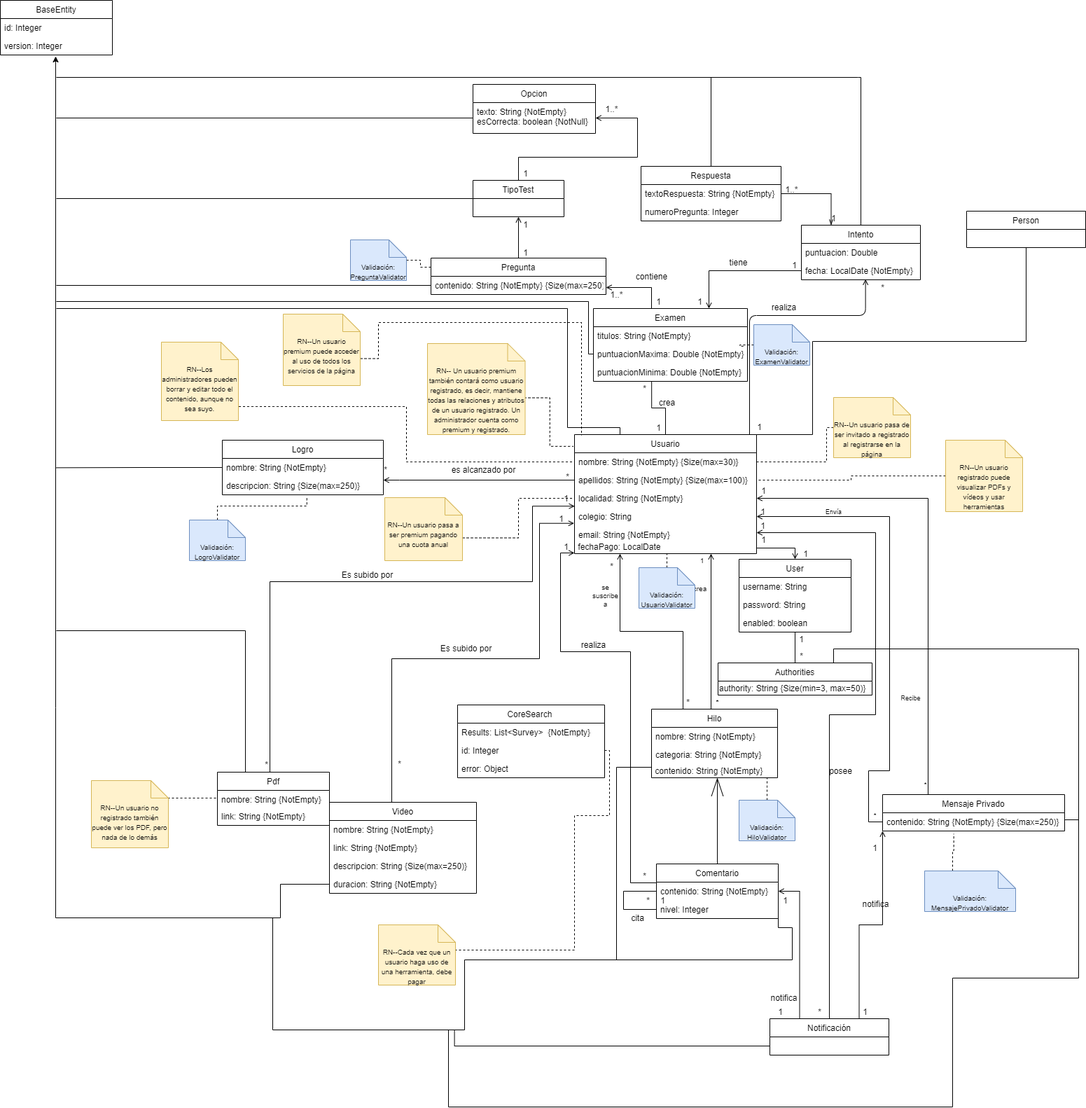
This is Diagrama de dominio.png from gii-is-DP1/dp1-2020-g2-13, a draw.io export, as it was before one commit. Source tidied: cells renumbered, new cells last; positions are measured from the earlier drawing's top-left corner, leaving out a move shared by most shapes.
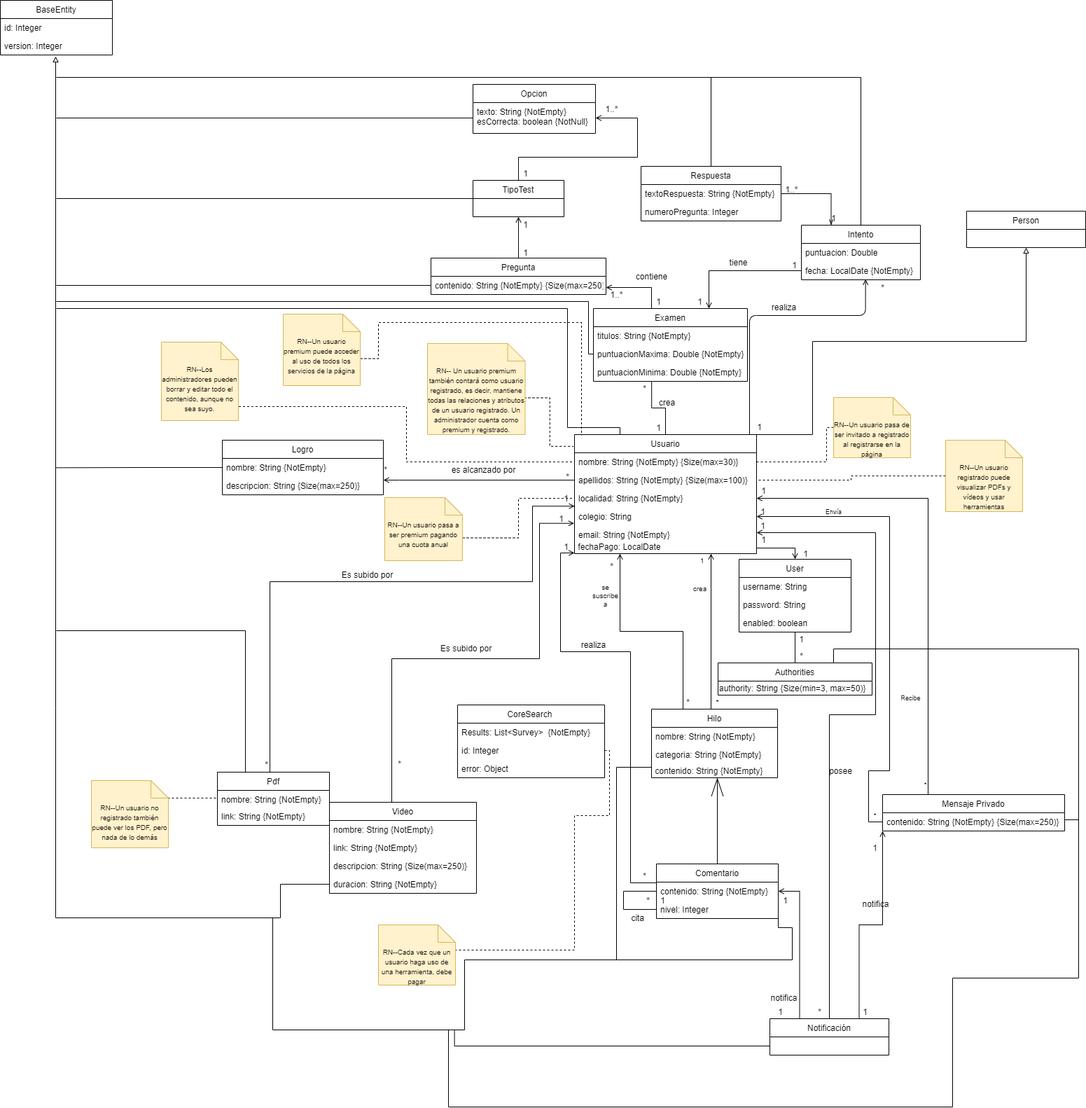
After the commit.

Commit message:
Diagrama de dominio

Diff of the diagram source:
```diff
@@ -16,7 +16,7 @@
         </Array>
       </mxGeometry>
     </mxCell>
-    <mxCell id="4" style="edgeStyle=orthogonalEdgeStyle;rounded=0;jettySize=auto;html=1;exitX=1;exitY=0;exitDx=0;exitDy=0;entryX=0.5;entryY=1;entryDx=0;entryDy=0;startArrow=none;startFill=0;endArrow=none;endFill=0;strokeColor=#000000;" parent="1" edge="1" source="5" target="165">
+    <mxCell id="4" style="edgeStyle=orthogonalEdgeStyle;rounded=0;jettySize=auto;html=1;exitX=1;exitY=0;exitDx=0;exitDy=0;entryX=0.5;entryY=1;entryDx=0;entryDy=0;startArrow=none;startFill=0;endArrow=block;endFill=0;strokeColor=#000000;" parent="1" edge="1" source="5" target="165">
       <mxGeometry relative="1" as="geometry">
         <Array as="points">
           <mxPoint x="1160" y="620" />
@@ -546,7 +546,7 @@
     <mxCell id="141" value="version: Integer" style="text;strokeColor=none;fillColor=none;align=left;verticalAlign=top;spacingLeft=4;spacingRight=4;overflow=hidden;" parent="139" vertex="1">
       <mxGeometry y="52" width="160" height="26" as="geometry" />
     </mxCell>
-    <mxCell id="142" style="endArrow=classic;html=1;rounded=0;exitX=0;exitY=0.5;exitDx=0;exitDy=0;" parent="1" edge="1" source="21">
+    <mxCell id="142" style="endArrow=block;html=1;rounded=0;exitX=0;exitY=0.5;exitDx=0;exitDy=0;endFill=0;" parent="1" edge="1" source="21">
       <mxGeometry relative="1" as="geometry">
         <mxPoint x="79" y="80" as="targetPoint" />
         <Array as="points">
@@ -692,51 +692,5 @@
     <mxCell id="170" value="realiza" style="text;html=1;align=center;verticalAlign=middle;" parent="1" vertex="1">
       <mxGeometry x="1094" y="428" width="50" height="20" as="geometry" />
     </mxCell>
-    <mxCell id="171" style="edgeStyle=orthogonalEdgeStyle;rounded=0;jettySize=auto;html=1;entryX=0.986;entryY=0.07;entryDx=0;entryDy=0;entryPerimeter=0;endArrow=none;endFill=0;dashed=1;" parent="1" edge="1" source="172" target="37">
-      <mxGeometry relative="1" as="geometry" />
-    </mxCell>
-    <mxCell id="172" value="&lt;span style=&quot;font-size: 10px&quot;&gt;Validación: ExamenValidator&lt;br&gt;&lt;br&gt;&lt;/span&gt;" style="shape=note2;boundedLbl=1;whiteSpace=wrap;html=1;size=25;verticalAlign=top;align=center;fillColor=#dae8fc;strokeColor=#6c8ebf;" parent="1" vertex="1">
-      <mxGeometry x="1076" y="463" width="80" height="58" as="geometry" />
-    </mxCell>
-    <mxCell id="173" style="edgeStyle=orthogonalEdgeStyle;rounded=0;jettySize=auto;html=1;entryX=0;entryY=0.25;entryDx=0;entryDy=0;dashed=1;endArrow=none;endFill=0;" parent="1" edge="1" source="174" target="23">
-      <mxGeometry relative="1" as="geometry" />
-    </mxCell>
-    <mxCell id="174" value="&lt;span style=&quot;font-size: 10px&quot;&gt;Validación: PreguntaValidator&lt;br&gt;&lt;br&gt;&lt;/span&gt;" style="shape=note2;boundedLbl=1;whiteSpace=wrap;html=1;size=25;verticalAlign=top;align=center;fillColor=#dae8fc;strokeColor=#6c8ebf;" parent="1" vertex="1">
-      <mxGeometry x="500" y="342" width="80" height="58" as="geometry" />
-    </mxCell>
-    <mxCell id="175" style="edgeStyle=orthogonalEdgeStyle;rounded=0;jettySize=auto;html=1;entryX=0.525;entryY=1.063;entryDx=0;entryDy=0;entryPerimeter=0;dashed=1;endArrow=none;endFill=0;" parent="1" edge="1" source="176" target="49">
-      <mxGeometry relative="1" as="geometry">
-        <Array as="points">
-          <mxPoint x="310" y="722" />
-          <mxPoint x="438" y="722" />
-        </Array>
-      </mxGeometry>
-    </mxCell>
-    <mxCell id="176" value="&lt;span style=&quot;font-size: 10px&quot;&gt;Validación: LogroValidator&lt;br&gt;&lt;br&gt;&lt;/span&gt;" style="shape=note2;boundedLbl=1;whiteSpace=wrap;html=1;size=25;verticalAlign=top;align=center;fillColor=#dae8fc;strokeColor=#6c8ebf;" parent="1" vertex="1">
-      <mxGeometry x="270" y="742" width="80" height="58" as="geometry" />
-    </mxCell>
-    <mxCell id="177" style="edgeStyle=orthogonalEdgeStyle;rounded=0;jettySize=auto;html=1;entryX=0.5;entryY=1;entryDx=0;entryDy=0;dashed=1;endArrow=none;endFill=0;" parent="1" edge="1" source="178" target="11">
-      <mxGeometry relative="1" as="geometry" />
-    </mxCell>
-    <mxCell id="178" value="&lt;span style=&quot;font-size: 10px&quot;&gt;Validación: UsuarioValidator&lt;br&gt;&lt;br&gt;&lt;/span&gt;" style="shape=note2;boundedLbl=1;whiteSpace=wrap;html=1;size=25;verticalAlign=top;align=center;fillColor=#dae8fc;strokeColor=#6c8ebf;" parent="1" vertex="1">
-      <mxGeometry x="912" y="810" width="80" height="58" as="geometry" />
-    </mxCell>
-    <mxCell id="179" style="edgeStyle=orthogonalEdgeStyle;rounded=0;jettySize=auto;html=1;entryX=0.917;entryY=1;entryDx=0;entryDy=0;entryPerimeter=0;dashed=1;endArrow=none;endFill=0;" parent="1" edge="1" source="180" target="30">
-      <mxGeometry relative="1" as="geometry" />
-    </mxCell>
-    <mxCell id="180" value="&lt;span style=&quot;font-size: 10px&quot;&gt;Validación: HiloValidator&lt;br&gt;&lt;br&gt;&lt;/span&gt;" style="shape=note2;boundedLbl=1;whiteSpace=wrap;html=1;size=25;verticalAlign=top;align=center;fillColor=#dae8fc;strokeColor=#6c8ebf;" parent="1" vertex="1">
-      <mxGeometry x="1055" y="1142" width="80" height="58" as="geometry" />
-    </mxCell>
-    <mxCell id="181" style="edgeStyle=orthogonalEdgeStyle;rounded=0;jettySize=auto;html=1;entryX=0.391;entryY=1.16;entryDx=0;entryDy=0;entryPerimeter=0;dashed=1;endArrow=none;endFill=0;" parent="1" edge="1" source="182" target="69">
-      <mxGeometry relative="1" as="geometry">
-        <Array as="points">
-          <mxPoint x="1360" y="1214" />
-          <mxPoint x="1362" y="1214" />
-        </Array>
-      </mxGeometry>
-    </mxCell>
-    <mxCell id="182" value="&lt;span style=&quot;font-size: 10px&quot;&gt;Validación: MensajePrivadoValidator&lt;br&gt;&lt;br&gt;&lt;/span&gt;" style="shape=note2;boundedLbl=1;whiteSpace=wrap;html=1;size=25;verticalAlign=top;align=center;fillColor=#dae8fc;strokeColor=#6c8ebf;" parent="1" vertex="1">
-      <mxGeometry x="1320" y="1243" width="130" height="58" as="geometry" />
-    </mxCell>
   </root>
 </mxGraphModel>
```
